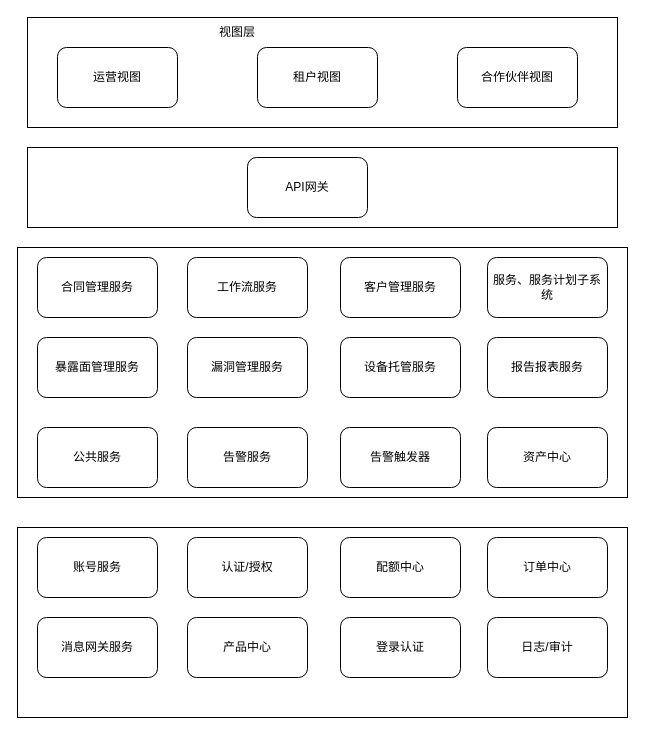
Earlier version of the draw.io diagram ah-security/src/main/java/com/zhansc/ahsecurity/mss/未命名绘图.drawio (zhansc/worksheet). Source tidied: cells renumbered, new cells numbered last; positions are measured from the earlier drawing's top-left corner, leaving out a move shared by most shapes. Both pictures are drawn from the tidied source at 100%, with x=0, y=0 at pixel (17, 17).
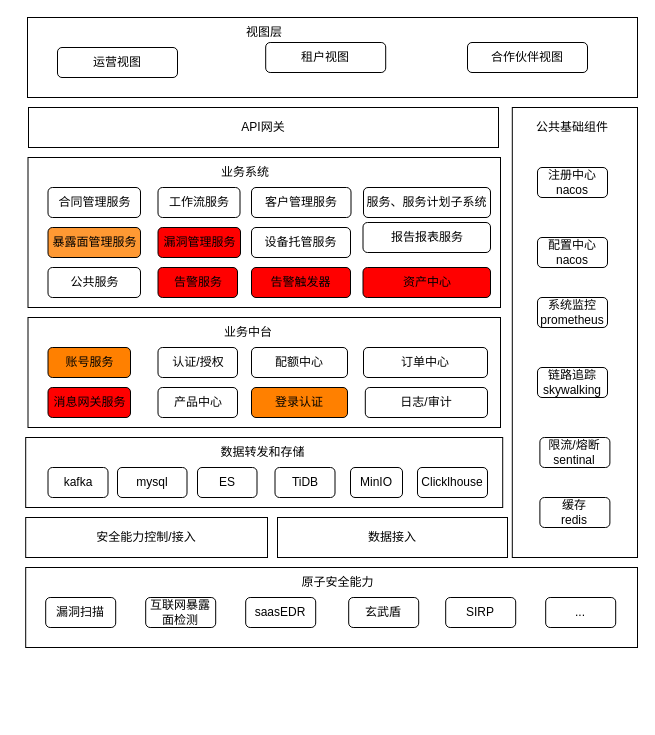
After the change.

Commit message:
更新未命名绘图.drawio

Diff of the diagram source:
```diff
@@
+    <mxCell id="31" style="rounded=0;whiteSpace=wrap;html=1;" parent="1" vertex="1">
+      <mxGeometry x="494.8" y="90" width="125.2" height="450" as="geometry" />
+    </mxCell>
     <mxCell id="2" style="rounded=0;whiteSpace=wrap;html=1;" parent="1" vertex="1">
-      <mxGeometry y="230" width="610" height="250" as="geometry" />
+      <mxGeometry x="10.5" y="140" width="472.5" height="150" as="geometry" />
     </mxCell>
-    <mxCell id="3" style="rounded=0;whiteSpace=wrap;html=1;" parent="1" vertex="1">
-      <mxGeometry x="10" y="130" width="590" height="80" as="geometry" />
+    <mxCell id="3" value="API网关" style="rounded=0;whiteSpace=wrap;html=1;" parent="1" vertex="1">
+      <mxGeometry x="11" y="90" width="470" height="40" as="geometry" />
     </mxCell>
     <mxCell id="4" style="rounded=0;whiteSpace=wrap;html=1;" parent="1" vertex="1">
-      <mxGeometry x="10" width="590" height="110" as="geometry" />
+      <mxGeometry x="10" width="610" height="80" as="geometry" />
     </mxCell>
     <mxCell id="5" value="运营视图" style="rounded=1;whiteSpace=wrap;html=1;" parent="1" vertex="1">
-      <mxGeometry x="40" y="30" width="120" height="60" as="geometry" />
+      <mxGeometry x="40" y="30" width="120" height="30" as="geometry" />
     </mxCell>
     <mxCell id="6" value="租户视图" style="rounded=1;whiteSpace=wrap;html=1;" parent="1" vertex="1">
-      <mxGeometry x="240" y="30" width="120" height="60" as="geometry" />
+      <mxGeometry x="248.2" y="25" width="120" height="30" as="geometry" />
     </mxCell>
     <mxCell id="7" value="合作伙伴视图" style="rounded=1;whiteSpace=wrap;html=1;" parent="1" vertex="1">
-      <mxGeometry x="440" y="30" width="120" height="60" as="geometry" />
+      <mxGeometry x="450" y="25" width="120" height="30" as="geometry" />
     </mxCell>
     <mxCell id="8" value="视图层" style="text;html=1;strokeColor=none;fillColor=none;align=center;verticalAlign=middle;whiteSpace=wrap;rounded=0;" parent="1" vertex="1">
-      <mxGeometry x="190" width="60" height="30" as="geometry" />
+      <mxGeometry x="216.8" width="60" height="30" as="geometry" />
     </mxCell>
-    <mxCell id="9" value="API网关" style="rounded=1;whiteSpace=wrap;html=1;" parent="1" vertex="1">
-      <mxGeometry x="230" y="140" width="120" height="60" as="geometry" />
-    </mxCell>
     <mxCell id="10" value="合同管理服务" style="rounded=1;whiteSpace=wrap;html=1;" parent="1" vertex="1">
-      <mxGeometry x="20" y="240" width="120" height="60" as="geometry" />
+      <mxGeometry x="30.5" y="170" width="92.5" height="30" as="geometry" />
     </mxCell>
     <mxCell id="11" value="工作流服务&lt;span style=&quot;color: rgba(0, 0, 0, 0); font-family: monospace; font-size: 0px; text-align: start; --darkreader-inline-color:rgba(209, 207, 204, 0);&quot;&gt;%3CmxGraphModel%3E%3Croot%3E%3CmxCell%20id%3D%220%22%2F%3E%3CmxCell%20id%3D%221%22%20parent%3D%220%22%2F%3E%3CmxCell%20id%3D%222%22%20value%3D%22%E5%90%88%E5%90%8C%E7%AE%A1%E7%90%86%E5%AD%90%E7%B3%BB%E7%BB%9F%22%20style%3D%22rounded%3D1%3BwhiteSpace%3Dwrap%3Bhtml%3D1%3B%22%20vertex%3D%221%22%20parent%3D%221%22%3E%3CmxGeometry%20x%3D%22110%22%20y%3D%22250%22%20width%3D%22120%22%20height%3D%2260%22%20as%3D%22geometry%22%2F%3E%3C%2FmxCell%3E%3C%2Froot%3E%3C%2FmxGraphModel%3&lt;/span&gt;" style="rounded=1;whiteSpace=wrap;html=1;" parent="1" vertex="1">
-      <mxGeometry x="170" y="240" width="120" height="60" as="geometry" />
+      <mxGeometry x="140.5" y="170" width="82" height="30" as="geometry" />
     </mxCell>
     <mxCell id="12" value="客户管理服务" style="rounded=1;whiteSpace=wrap;html=1;" parent="1" vertex="1">
-      <mxGeometry x="323" y="240" width="120" height="60" as="geometry" />
+      <mxGeometry x="234" y="170" width="99.5" height="30" as="geometry" />
     </mxCell>
     <mxCell id="13" value="服务、服务计划子系统" style="rounded=1;whiteSpace=wrap;html=1;" parent="1" vertex="1">
-      <mxGeometry x="470" y="240" width="120" height="60" as="geometry" />
+      <mxGeometry x="346" y="170" width="127" height="30" as="geometry" />
     </mxCell>
-    <mxCell id="14" value="暴露面管理服务" style="rounded=1;whiteSpace=wrap;html=1;" parent="1" vertex="1">
-      <mxGeometry x="20" y="320" width="120" height="60" as="geometry" />
+    <mxCell id="14" value="暴露面管理服务" style="rounded=1;whiteSpace=wrap;html=1;fillColor=#FF9933;" parent="1" vertex="1">
+      <mxGeometry x="30.5" y="210" width="92.5" height="30" as="geometry" />
     </mxCell>
-    <mxCell id="15" value="漏洞管理服务" style="rounded=1;whiteSpace=wrap;html=1;" parent="1" vertex="1">
-      <mxGeometry x="170" y="320" width="120" height="60" as="geometry" />
+    <mxCell id="15" value="漏洞管理服务" style="rounded=1;whiteSpace=wrap;html=1;fillColor=#FF0000;" parent="1" vertex="1">
+      <mxGeometry x="140.5" y="210" width="82.5" height="30" as="geometry" />
     </mxCell>
     <mxCell id="16" value="设备托管服务" style="rounded=1;whiteSpace=wrap;html=1;" parent="1" vertex="1">
-      <mxGeometry x="323" y="320" width="120" height="60" as="geometry" />
+      <mxGeometry x="234" y="210" width="99" height="30" as="geometry" />
     </mxCell>
     <mxCell id="17" value="报告报表服务" style="rounded=1;whiteSpace=wrap;html=1;" parent="1" vertex="1">
-      <mxGeometry x="470" y="320" width="120" height="60" as="geometry" />
+      <mxGeometry x="345.5" y="205" width="127.5" height="30" as="geometry" />
     </mxCell>
     <mxCell id="18" value="公共服务" style="rounded=1;whiteSpace=wrap;html=1;" parent="1" vertex="1">
-      <mxGeometry x="20" y="410" width="120" height="60" as="geometry" />
+      <mxGeometry x="30.5" y="250" width="92.5" height="30" as="geometry" />
     </mxCell>
-    <mxCell id="19" value="告警服务" style="rounded=1;whiteSpace=wrap;html=1;" parent="1" vertex="1">
-      <mxGeometry x="170" y="410" width="120" height="60" as="geometry" />
+    <mxCell id="19" value="告警服务" style="rounded=1;whiteSpace=wrap;html=1;fillColor=#FF0000;" parent="1" vertex="1">
+      <mxGeometry x="140.5" y="250" width="79.5" height="30" as="geometry" />
     </mxCell>
-    <mxCell id="20" value="告警触发器" style="rounded=1;whiteSpace=wrap;html=1;" parent="1" vertex="1">
-      <mxGeometry x="323" y="410" width="120" height="60" as="geometry" />
+    <mxCell id="20" value="告警触发器" style="rounded=1;whiteSpace=wrap;html=1;fillColor=#FF0000;" parent="1" vertex="1">
+      <mxGeometry x="234" y="250" width="99" height="30" as="geometry" />
     </mxCell>
-    <mxCell id="21" value="资产中心" style="rounded=1;whiteSpace=wrap;html=1;" parent="1" vertex="1">
-      <mxGeometry x="470" y="410" width="120" height="60" as="geometry" />
+    <mxCell id="21" value="资产中心" style="rounded=1;whiteSpace=wrap;html=1;fillColor=#FF0000;" parent="1" vertex="1">
+      <mxGeometry x="345.5" y="250" width="127.5" height="30" as="geometry" />
     </mxCell>
     <mxCell id="22" style="rounded=0;whiteSpace=wrap;html=1;" parent="1" vertex="1">
-      <mxGeometry y="510" width="610" height="190" as="geometry" />
+      <mxGeometry x="10.5" y="300" width="472.5" height="110" as="geometry" />
     </mxCell>
-    <mxCell id="23" value="账号服务" style="rounded=1;whiteSpace=wrap;html=1;" parent="1" vertex="1">
-      <mxGeometry x="20" y="520" width="120" height="60" as="geometry" />
+    <mxCell id="23" value="账号服务" style="rounded=1;whiteSpace=wrap;html=1;fillColor=#FF8000;" parent="1" vertex="1">
+      <mxGeometry x="30.5" y="330" width="82.5" height="30" as="geometry" />
     </mxCell>
     <mxCell id="24" value="认证/授权" style="rounded=1;whiteSpace=wrap;html=1;" parent="1" vertex="1">
-      <mxGeometry x="170" y="520" width="120" height="60" as="geometry" />
+      <mxGeometry x="140.5" y="330" width="79.5" height="30" as="geometry" />
     </mxCell>
+    <mxCell id="26" value="订单中心" style="rounded=1;whiteSpace=wrap;html=1;" parent="1" vertex="1">
+      <mxGeometry x="346" y="330" width="124" height="30" as="geometry" />
+    </mxCell>
+    <mxCell id="28" value="产品中心" style="rounded=1;whiteSpace=wrap;html=1;" parent="1" vertex="1">
+      <mxGeometry x="140.5" y="370" width="79.5" height="30" as="geometry" />
+    </mxCell>
+    <mxCell id="30" value="日志/审计" style="rounded=1;whiteSpace=wrap;html=1;" parent="1" vertex="1">
+      <mxGeometry x="347.8" y="370" width="122.2" height="30" as="geometry" />
+    </mxCell>
+    <mxCell id="32" style="rounded=0;whiteSpace=wrap;html=1;" parent="1" vertex="1">
+      <mxGeometry x="8.2" y="420" width="477" height="70" as="geometry" />
+    </mxCell>
+    <mxCell id="33" value="注册中心&lt;br&gt;nacos" style="rounded=1;whiteSpace=wrap;html=1;" parent="1" vertex="1">
+      <mxGeometry x="520" y="150" width="70" height="30" as="geometry" />
+    </mxCell>
+    <mxCell id="34" value="业务系统" style="text;html=1;strokeColor=none;fillColor=none;align=center;verticalAlign=middle;whiteSpace=wrap;rounded=0;" parent="1" vertex="1">
+      <mxGeometry x="197.5" y="140" width="60" height="30" as="geometry" />
+    </mxCell>
+    <mxCell id="35" value="业务中台" style="text;html=1;strokeColor=none;fillColor=none;align=center;verticalAlign=middle;whiteSpace=wrap;rounded=0;" parent="1" vertex="1">
+      <mxGeometry x="200.5" y="300" width="60" height="30" as="geometry" />
+    </mxCell>
+    <mxCell id="36" value="数据转发和存储" style="text;html=1;strokeColor=none;fillColor=none;align=center;verticalAlign=middle;whiteSpace=wrap;rounded=0;" parent="1" vertex="1">
+      <mxGeometry x="197.5" y="420" width="95" height="30" as="geometry" />
+    </mxCell>
+    <mxCell id="37" value="mysql" style="rounded=1;whiteSpace=wrap;html=1;" parent="1" vertex="1">
+      <mxGeometry x="100" y="450" width="69.5" height="30" as="geometry" />
+    </mxCell>
+    <mxCell id="38" value="ES" style="rounded=1;whiteSpace=wrap;html=1;" parent="1" vertex="1">
+      <mxGeometry x="180" y="450" width="59.5" height="30" as="geometry" />
+    </mxCell>
+    <mxCell id="39" value="TiDB" style="rounded=1;whiteSpace=wrap;html=1;" parent="1" vertex="1">
+      <mxGeometry x="257.5" y="450" width="60" height="30" as="geometry" />
+    </mxCell>
+    <mxCell id="40" value="MinIO" style="rounded=1;whiteSpace=wrap;html=1;" parent="1" vertex="1">
+      <mxGeometry x="333" y="450" width="52" height="30" as="geometry" />
+    </mxCell>
+    <mxCell id="41" value="Clicklhouse" style="rounded=1;whiteSpace=wrap;html=1;" parent="1" vertex="1">
+      <mxGeometry x="400" y="450" width="70" height="30" as="geometry" />
+    </mxCell>
+    <mxCell id="42" value="安全能力控制/接入" style="rounded=0;whiteSpace=wrap;html=1;" parent="1" vertex="1">
+      <mxGeometry x="8.2" y="500" width="241.8" height="40" as="geometry" />
+    </mxCell>
+    <mxCell id="43" value="数据接入" style="rounded=0;whiteSpace=wrap;html=1;" parent="1" vertex="1">
+      <mxGeometry x="260" y="500" width="230" height="40" as="geometry" />
+    </mxCell>
+    <mxCell id="44" style="rounded=0;whiteSpace=wrap;html=1;" parent="1" vertex="1">
+      <mxGeometry x="8.2" y="550" width="611.8" height="80" as="geometry" />
+    </mxCell>
+    <mxCell id="45" value="漏洞扫描" style="rounded=1;whiteSpace=wrap;html=1;" parent="1" vertex="1">
+      <mxGeometry x="28.2" y="580" width="70" height="30" as="geometry" />
+    </mxCell>
+    <mxCell id="46" value="原子安全能力" style="text;html=1;strokeColor=none;fillColor=none;align=center;verticalAlign=middle;whiteSpace=wrap;rounded=0;" parent="1" vertex="1">
+      <mxGeometry x="273.2" y="550" width="95" height="30" as="geometry" />
+    </mxCell>
+    <mxCell id="47" value="互联网暴露面检测" style="rounded=1;whiteSpace=wrap;html=1;" parent="1" vertex="1">
+      <mxGeometry x="128.2" y="580" width="70" height="30" as="geometry" />
+    </mxCell>
+    <mxCell id="48" value="saasEDR" style="rounded=1;whiteSpace=wrap;html=1;" parent="1" vertex="1">
+      <mxGeometry x="228.2" y="580" width="70" height="30" as="geometry" />
+    </mxCell>
+    <mxCell id="49" value="玄武盾" style="rounded=1;whiteSpace=wrap;html=1;" parent="1" vertex="1">
+      <mxGeometry x="331.2" y="580" width="70" height="30" as="geometry" />
+    </mxCell>
+    <mxCell id="50" value="SIRP" style="rounded=1;whiteSpace=wrap;html=1;" parent="1" vertex="1">
+      <mxGeometry x="428.2" y="580" width="70" height="30" as="geometry" />
+    </mxCell>
+    <mxCell id="51" value="..." style="rounded=1;whiteSpace=wrap;html=1;" parent="1" vertex="1">
+      <mxGeometry x="528.2" y="580" width="70" height="30" as="geometry" />
+    </mxCell>
+    <mxCell id="52" value="配置中心&lt;br&gt;nacos" style="rounded=1;whiteSpace=wrap;html=1;" parent="1" vertex="1">
+      <mxGeometry x="520" y="220" width="70" height="30" as="geometry" />
+    </mxCell>
+    <mxCell id="53" value="系统监控&lt;br&gt;prometheus" style="rounded=1;whiteSpace=wrap;html=1;" parent="1" vertex="1">
+      <mxGeometry x="520" y="280" width="70" height="30" as="geometry" />
+    </mxCell>
+    <mxCell id="54" value="链路追踪&lt;br&gt;skywalking" style="rounded=1;whiteSpace=wrap;html=1;" parent="1" vertex="1">
+      <mxGeometry x="520" y="350" width="70" height="30" as="geometry" />
+    </mxCell>
+    <mxCell id="55" value="限流/熔断&lt;br&gt;sentinal" style="rounded=1;whiteSpace=wrap;html=1;" parent="1" vertex="1">
+      <mxGeometry x="522.4" y="420" width="70" height="30" as="geometry" />
+    </mxCell>
+    <mxCell id="56" value="缓存&lt;br&gt;redis" style="rounded=1;whiteSpace=wrap;html=1;" parent="1" vertex="1">
+      <mxGeometry x="522.4" y="480" width="70" height="30" as="geometry" />
+    </mxCell>
+    <mxCell id="27" value="消息网关服务" style="rounded=1;whiteSpace=wrap;html=1;fillColor=#FF0000;" parent="1" vertex="1">
+      <mxGeometry x="30.5" y="370" width="82.5" height="30" as="geometry" />
+    </mxCell>
     <mxCell id="25" value="配额中心" style="rounded=1;whiteSpace=wrap;html=1;" parent="1" vertex="1">
-      <mxGeometry x="323" y="520" width="120" height="60" as="geometry" />
+      <mxGeometry x="234" y="330" width="96" height="30" as="geometry" />
     </mxCell>
-    <mxCell id="26" value="订单中心" style="rounded=1;whiteSpace=wrap;html=1;" parent="1" vertex="1">
-      <mxGeometry x="470" y="520" width="120" height="60" as="geometry" />
-    </mxCell>
-    <mxCell id="27" value="消息网关服务" style="rounded=1;whiteSpace=wrap;html=1;" parent="1" vertex="1">
-      <mxGeometry x="20" y="600" width="120" height="60" as="geometry" />
-    </mxCell>
-    <mxCell id="28" value="产品中心" style="rounded=1;whiteSpace=wrap;html=1;" parent="1" vertex="1">
-      <mxGeometry x="170" y="600" width="120" height="60" as="geometry" />
-    </mxCell>
-    <mxCell id="29" value="登录认证" style="rounded=1;whiteSpace=wrap;html=1;" parent="1" vertex="1">
-      <mxGeometry x="323" y="600" width="120" height="60" as="geometry" />
+    <mxCell id="29" value="登录认证" style="rounded=1;whiteSpace=wrap;html=1;fillColor=#FF8000;" parent="1" vertex="1">
+      <mxGeometry x="234" y="370" width="96" height="30" as="geometry" />
     </mxCell>
-    <mxCell id="30" value="日志/审计" style="rounded=1;whiteSpace=wrap;html=1;" parent="1" vertex="1">
-      <mxGeometry x="470" y="600" width="120" height="60" as="geometry" />
-    </mxCell>
+    <mxCell id="57" value="公共基础组件" style="text;html=1;strokeColor=none;fillColor=none;align=center;verticalAlign=middle;whiteSpace=wrap;rounded=0;" parent="1" vertex="1">
+      <mxGeometry x="515" y="95" width="80" height="30" as="geometry" />
+    </mxCell>
+    <mxCell id="58" value="kafka" style="rounded=1;whiteSpace=wrap;html=1;" parent="1" vertex="1">
+      <mxGeometry x="30.5" y="450" width="60" height="30" as="geometry" />
+    </mxCell>
```
